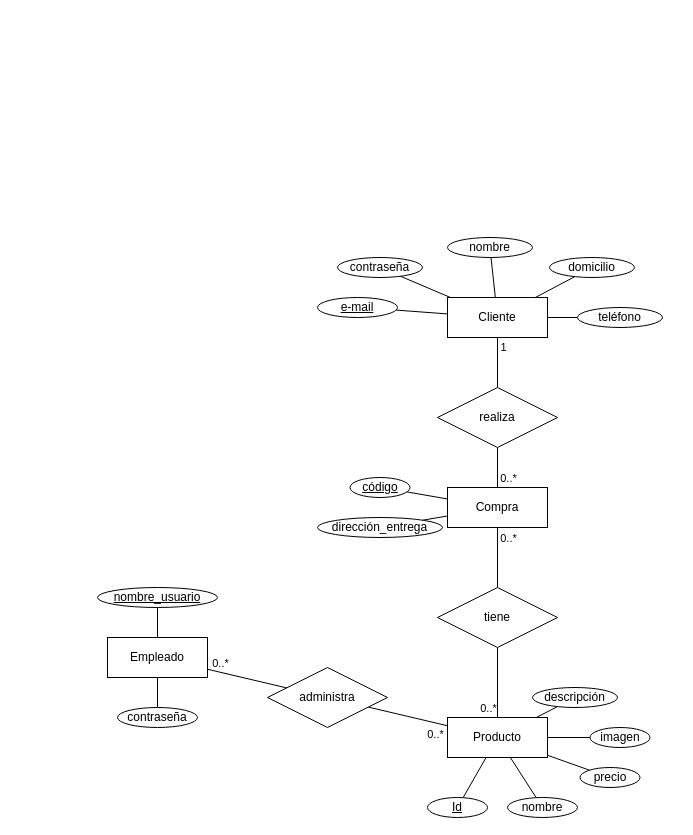
Above: design/Diagrama entidad-relación.drawio in iaw-2023/algorithm_avengers-laravel (draw.io), before the change. Source tidied: cells renumbered, new cells numbered last; positions are measured from the earlier drawing's top-left corner, leaving out a move shared by most shapes. Both pictures are drawn from the tidied source at 100%, with x=0, y=0 at pixel (97, 237).
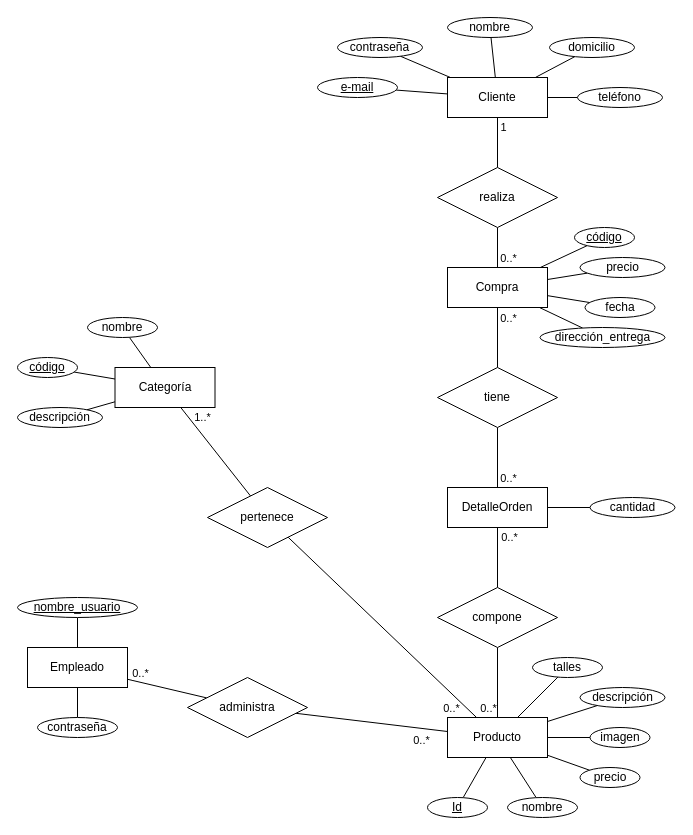
After the change.

Commit message (it also covers changes not shown here):
Modificada idea y diagrama de entidad-relación

The change refers to these unchanged cells:
```xml
<mxCell id="7" value="Producto" style="whiteSpace=wrap;html=1;align=center;" parent="1" vertex="1">
  <mxGeometry x="350" y="480" width="100" height="40" as="geometry" />
</mxCell>
```

Change to the diagram source:
```diff
@@
+    <mxCell id="49" style="edgeStyle=none;rounded=0;jettySize=auto;html=1;endArrow=none;endFill=0;" parent="1" edge="1" source="7" target="68">
+      <mxGeometry relative="1" as="geometry" />
+    </mxCell>
@@
     <mxCell id="10" value="descripción" style="ellipse;whiteSpace=wrap;html=1;align=center;" parent="1" vertex="1">
-      <mxGeometry x="435" y="450" width="85" height="20" as="geometry" />
+      <mxGeometry x="482.5" y="450" width="85" height="20" as="geometry" />
     </mxCell>
@@
+    <mxCell id="50" style="rounded=0;jettySize=auto;html=1;endArrow=none;endFill=0;" parent="1" edge="1" source="14" target="54">
+      <mxGeometry relative="1" as="geometry" />
+    </mxCell>
+    <mxCell id="51" style="edgeStyle=none;rounded=0;jettySize=auto;html=1;endArrow=none;endFill=0;" parent="1" edge="1" source="14" target="55">
+      <mxGeometry relative="1" as="geometry" />
+    </mxCell>
     <mxCell id="14" value="Compra" style="whiteSpace=wrap;html=1;align=center;" parent="1" vertex="1">
-      <mxGeometry x="350" y="250" width="100" height="40" as="geometry" />
+      <mxGeometry x="350" y="30" width="100" height="40" as="geometry" />
     </mxCell>
-    <mxCell id="15" style="edgeStyle=none;rounded=0;jettySize=auto;html=1;endArrow=none;endFill=0;" parent="1" edge="1" source="19" target="14">
+    <mxCell id="15" style="edgeStyle=none;rounded=0;jettySize=auto;html=1;endArrow=none;endFill=0;" parent="1" edge="1" source="74" target="14">
       <mxGeometry relative="1" as="geometry" />
     </mxCell>
@@
+    <mxCell id="52" style="rounded=0;jettySize=auto;html=1;endArrow=none;endFill=0;" parent="1" edge="1" source="19" target="72">
+      <mxGeometry relative="1" as="geometry" />
+    </mxCell>
+    <mxCell id="53" value="0..*" style="edgeLabel;html=1;align=center;verticalAlign=middle;" parent="52" vertex="1">
+      <mxGeometry x="0.67" y="-1" relative="1" as="geometry">
+        <mxPoint x="10" y="-1" as="offset" />
+      </mxGeometry>
+    </mxCell>
-    <mxCell id="19" value="tiene" style="shape=rhombus;perimeter=rhombusPerimeter;whiteSpace=wrap;html=1;align=center;" parent="1" vertex="1">
+    <mxCell id="19" value="compone" style="shape=rhombus;perimeter=rhombusPerimeter;whiteSpace=wrap;html=1;align=center;" parent="1" vertex="1">
       <mxGeometry x="340" y="350" width="120" height="60" as="geometry" />
     </mxCell>
@@
     <mxCell id="21" value="código" style="ellipse;whiteSpace=wrap;html=1;align=center;fontStyle=4;" parent="1" vertex="1">
-      <mxGeometry x="252.5" y="240" width="60" height="20" as="geometry" />
+      <mxGeometry x="477" y="-10" width="60" height="20" as="geometry" />
     </mxCell>
@@
     <mxCell id="26" value="Cliente" style="whiteSpace=wrap;html=1;align=center;" parent="1" vertex="1">
-      <mxGeometry x="350" y="60" width="100" height="40" as="geometry" />
+      <mxGeometry x="350" y="-160" width="100" height="40" as="geometry" />
     </mxCell>
@@
     <mxCell id="31" value="realiza" style="shape=rhombus;perimeter=rhombusPerimeter;whiteSpace=wrap;html=1;align=center;" parent="1" vertex="1">
-      <mxGeometry x="340" y="150" width="120" height="60" as="geometry" />
+      <mxGeometry x="340" y="-70" width="120" height="60" as="geometry" />
     </mxCell>
@@
     <mxCell id="33" value="e-mail" style="ellipse;whiteSpace=wrap;html=1;align=center;fontStyle=4;" parent="1" vertex="1">
-      <mxGeometry x="220" y="60" width="80" height="20" as="geometry" />
+      <mxGeometry x="220" y="-160" width="80" height="20" as="geometry" />
     </mxCell>
     <mxCell id="34" value="contraseña" style="ellipse;whiteSpace=wrap;html=1;align=center;fontStyle=0;" parent="1" vertex="1">
-      <mxGeometry x="240" y="20" width="85" height="20" as="geometry" />
+      <mxGeometry x="240" y="-200" width="85" height="20" as="geometry" />
     </mxCell>
     <mxCell id="35" value="nombre" style="ellipse;whiteSpace=wrap;html=1;align=center;fontStyle=0;" parent="1" vertex="1">
-      <mxGeometry x="350" width="85" height="20" as="geometry" />
+      <mxGeometry x="350" y="-220" width="85" height="20" as="geometry" />
     </mxCell>
     <mxCell id="36" value="domicilio" style="ellipse;whiteSpace=wrap;html=1;align=center;fontStyle=0;" parent="1" vertex="1">
-      <mxGeometry x="452" y="20" width="85" height="20" as="geometry" />
+      <mxGeometry x="452" y="-200" width="85" height="20" as="geometry" />
     </mxCell>
     <mxCell id="37" value="dirección_entrega" style="ellipse;whiteSpace=wrap;html=1;align=center;fontStyle=0;" parent="1" vertex="1">
-      <mxGeometry x="220" y="280" width="125" height="20" as="geometry" />
+      <mxGeometry x="442.5" y="90" width="125" height="20" as="geometry" />
     </mxCell>
     <mxCell id="38" value="teléfono" style="ellipse;whiteSpace=wrap;html=1;align=center;fontStyle=0;" parent="1" vertex="1">
-      <mxGeometry x="480" y="70" width="85" height="20" as="geometry" />
+      <mxGeometry x="480" y="-150" width="85" height="20" as="geometry" />
     </mxCell>
@@
     <mxCell id="41" value="Empleado" style="whiteSpace=wrap;html=1;align=center;" parent="1" vertex="1">
-      <mxGeometry x="10" y="400" width="100" height="40" as="geometry" />
+      <mxGeometry x="-70" y="410" width="100" height="40" as="geometry" />
     </mxCell>
@@
     <mxCell id="46" value="administra" style="shape=rhombus;perimeter=rhombusPerimeter;whiteSpace=wrap;html=1;align=center;" parent="1" vertex="1">
-      <mxGeometry x="170" y="430" width="120" height="60" as="geometry" />
+      <mxGeometry x="90" y="440" width="120" height="60" as="geometry" />
     </mxCell>
     <mxCell id="47" value="nombre_usuario" style="ellipse;whiteSpace=wrap;html=1;align=center;fontStyle=4;" parent="1" vertex="1">
-      <mxGeometry y="350" width="120" height="20" as="geometry" />
+      <mxGeometry x="-80" y="360" width="120" height="20" as="geometry" />
     </mxCell>
     <mxCell id="48" value="contraseña" style="ellipse;whiteSpace=wrap;html=1;align=center;fontStyle=0;" parent="1" vertex="1">
-      <mxGeometry x="20" y="470" width="80" height="20" as="geometry" />
+      <mxGeometry x="-60" y="480" width="80" height="20" as="geometry" />
     </mxCell>
+    <mxCell id="54" value="precio" style="ellipse;whiteSpace=wrap;html=1;align=center;fontStyle=0;" parent="1" vertex="1">
+      <mxGeometry x="482.5" y="20" width="85" height="20" as="geometry" />
+    </mxCell>
+    <mxCell id="55" value="fecha" style="ellipse;whiteSpace=wrap;html=1;align=center;fontStyle=0;" parent="1" vertex="1">
+      <mxGeometry x="487.5" y="60" width="70" height="20" as="geometry" />
+    </mxCell>
+    <mxCell id="56" style="edgeStyle=none;rounded=0;jettySize=auto;html=1;endArrow=none;endFill=0;" parent="1" edge="1" source="59" target="65">
+      <mxGeometry relative="1" as="geometry" />
+    </mxCell>
+    <mxCell id="57" style="edgeStyle=none;rounded=0;jettySize=auto;html=1;endArrow=none;endFill=0;" parent="1" edge="1" source="59" target="66">
+      <mxGeometry relative="1" as="geometry" />
+    </mxCell>
+    <mxCell id="58" style="edgeStyle=none;rounded=0;jettySize=auto;html=1;endArrow=none;endFill=0;" parent="1" edge="1" source="59" target="67">
+      <mxGeometry relative="1" as="geometry" />
+    </mxCell>
+    <mxCell id="59" value="Categoría" style="whiteSpace=wrap;html=1;align=center;" parent="1" vertex="1">
+      <mxGeometry x="17.5" y="130" width="100" height="40" as="geometry" />
+    </mxCell>
+    <mxCell id="60" style="edgeStyle=none;rounded=0;jettySize=auto;html=1;endArrow=none;endFill=0;" parent="1" edge="1" source="64" target="59">
+      <mxGeometry relative="1" as="geometry" />
+    </mxCell>
+    <mxCell id="61" value="1..*" style="edgeLabel;html=1;align=center;verticalAlign=middle;" parent="60" vertex="1">
+      <mxGeometry x="0.74" y="-4" relative="1" as="geometry">
+        <mxPoint x="9" as="offset" />
+      </mxGeometry>
+    </mxCell>
+    <mxCell id="62" style="edgeStyle=none;rounded=0;jettySize=auto;html=1;endArrow=none;endFill=0;" parent="1" edge="1" source="64" target="7">
+      <mxGeometry relative="1" as="geometry" />
+    </mxCell>
+    <mxCell id="63" value="0..*" style="edgeLabel;html=1;align=center;verticalAlign=middle;" parent="62" vertex="1">
+      <mxGeometry x="0.88" y="-2" relative="1" as="geometry">
+        <mxPoint x="-13" as="offset" />
+      </mxGeometry>
+    </mxCell>
+    <mxCell id="64" value="pertenece" style="shape=rhombus;perimeter=rhombusPerimeter;whiteSpace=wrap;html=1;align=center;" parent="1" vertex="1">
+      <mxGeometry x="110" y="250" width="120" height="60" as="geometry" />
+    </mxCell>
+    <mxCell id="65" value="código" style="ellipse;whiteSpace=wrap;html=1;align=center;fontStyle=4;" parent="1" vertex="1">
+      <mxGeometry x="-80" y="120" width="60" height="20" as="geometry" />
+    </mxCell>
+    <mxCell id="66" value="nombre" style="ellipse;whiteSpace=wrap;html=1;align=center;" parent="1" vertex="1">
+      <mxGeometry x="-10" y="80" width="70" height="20" as="geometry" />
+    </mxCell>
+    <mxCell id="67" value="descripción" style="ellipse;whiteSpace=wrap;html=1;align=center;" parent="1" vertex="1">
+      <mxGeometry x="-80" y="170" width="85" height="20" as="geometry" />
+    </mxCell>
+    <mxCell id="68" value="talles" style="ellipse;whiteSpace=wrap;html=1;align=center;" parent="1" vertex="1">
+      <mxGeometry x="435" y="420" width="70" height="20" as="geometry" />
+    </mxCell>
+    <mxCell id="69" style="rounded=0;jettySize=auto;html=1;endArrow=none;endFill=0;" parent="1" edge="1" source="72" target="73">
+      <mxGeometry relative="1" as="geometry" />
+    </mxCell>
+    <mxCell id="70" style="rounded=0;jettySize=auto;html=1;endArrow=none;endFill=0;" parent="1" edge="1" source="72" target="74">
+      <mxGeometry relative="1" as="geometry" />
+    </mxCell>
+    <mxCell id="71" value="0..*" style="edgeLabel;html=1;align=center;verticalAlign=middle;" parent="70" vertex="1">
+      <mxGeometry x="-0.36" y="-2" relative="1" as="geometry">
+        <mxPoint x="8" y="9" as="offset" />
+      </mxGeometry>
+    </mxCell>
+    <mxCell id="72" value="DetalleOrden" style="whiteSpace=wrap;html=1;align=center;" parent="1" vertex="1">
+      <mxGeometry x="350" y="250" width="100" height="40" as="geometry" />
+    </mxCell>
+    <mxCell id="73" value="cantidad" style="ellipse;whiteSpace=wrap;html=1;align=center;fontStyle=0;" parent="1" vertex="1">
+      <mxGeometry x="492.5" y="260" width="85" height="20" as="geometry" />
+    </mxCell>
+    <mxCell id="74" value="tiene" style="shape=rhombus;perimeter=rhombusPerimeter;whiteSpace=wrap;html=1;align=center;" parent="1" vertex="1">
+      <mxGeometry x="340" y="130" width="120" height="60" as="geometry" />
+    </mxCell>
```
